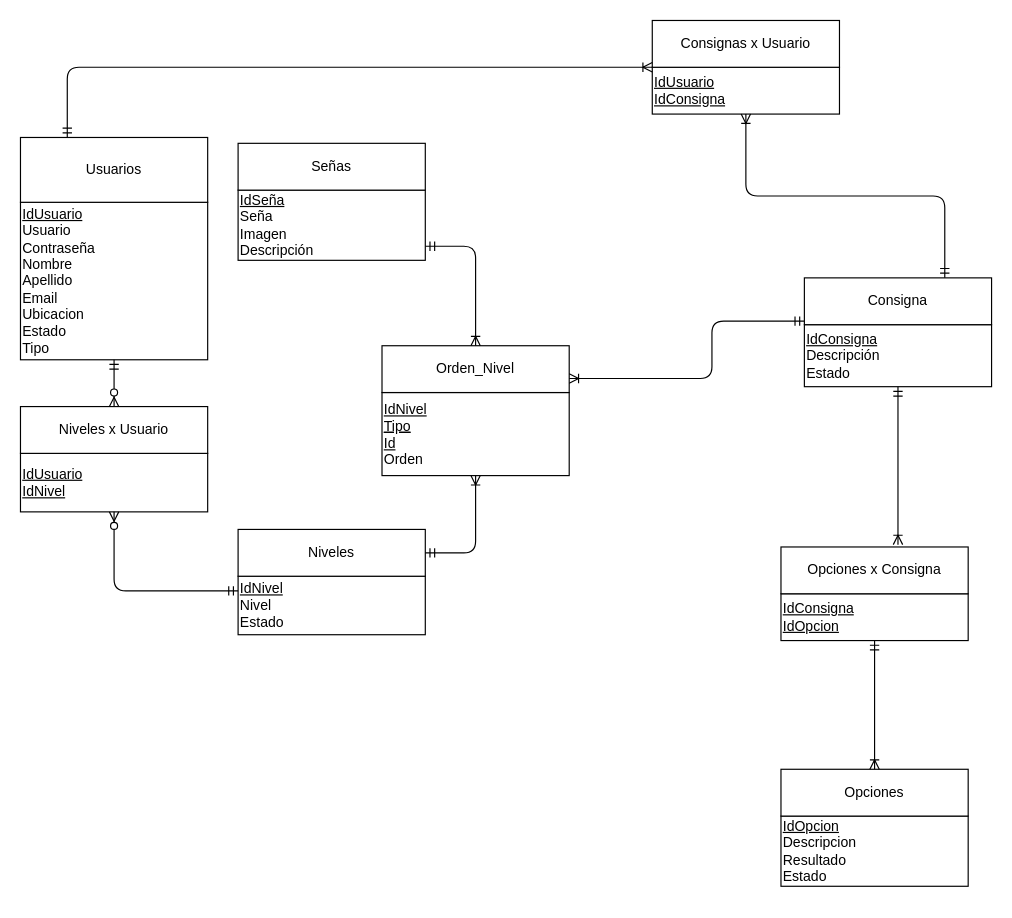
AxelNegro/PA2_Grupo1 keeps this draw.io diagram as Documentación/DER.drawio. Above is the earlier version. Source tidied: cells renumbered, new cells numbered last; positions are measured from the earlier drawing's top-left corner, leaving out a move shared by most shapes. Both pictures are drawn from the tidied source at 117%, with x=0, y=0 at pixel (20, 20).
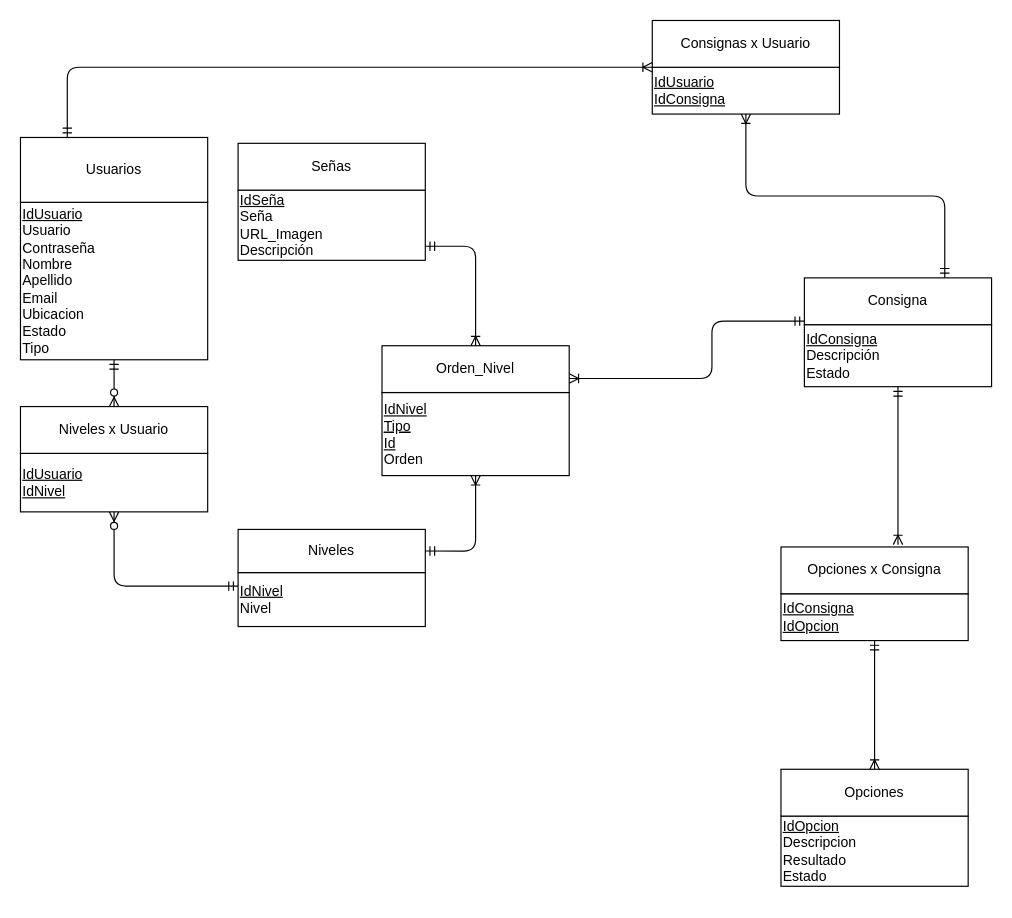
The same diagram, later.

Commit message (it also covers changes not shown here):
Ultima corrección lo juro

The change refers to these unchanged cells:
```xml
<mxCell id="14" style="group;" parent="1" vertex="1">
  <mxGeometry x="186" y="105" width="160" height="100" as="geometry" />
</mxCell>
```

What changed in the source:
```diff
@@
     <mxCell id="11" style="group;" parent="1" vertex="1">
-      <mxGeometry x="186" y="435" width="160" height="90" as="geometry" />
+      <mxGeometry x="186" y="435" width="160" height="83" as="geometry" />
     </mxCell>
-    <mxCell id="12" value="&lt;div&gt;&lt;u&gt;IdNivel&lt;/u&gt;&lt;/div&gt;&lt;div&gt;Nivel&lt;/div&gt;&lt;div&gt;Estado&lt;br&gt;&lt;u&gt;&lt;/u&gt;&lt;/div&gt;" style="rounded=0;whiteSpace=wrap;html=1;align=left;" parent="11" vertex="1">
-      <mxGeometry y="40" width="160" height="50" as="geometry" />
+    <mxCell id="12" value="&lt;div&gt;&lt;u&gt;IdNivel&lt;/u&gt;&lt;/div&gt;&lt;div&gt;Nivel&lt;/div&gt;" style="rounded=0;whiteSpace=wrap;html=1;align=left;" parent="11" vertex="1">
+      <mxGeometry y="36.9" width="160" height="46.1" as="geometry" />
     </mxCell>
     <mxCell id="13" value="Niveles" style="rounded=0;whiteSpace=wrap;html=1;" parent="11" vertex="1">
-      <mxGeometry width="160" height="40" as="geometry" />
+      <mxGeometry width="160" height="36.9" as="geometry" />
     </mxCell>
@@
-    <mxCell id="15" value="&lt;div&gt;&lt;u&gt;IdSeña&lt;/u&gt;&lt;/div&gt;&lt;div&gt;Seña&lt;/div&gt;&lt;div&gt;Imagen&lt;br&gt;&lt;/div&gt;&lt;div&gt;Descripción&lt;/div&gt;" style="rounded=0;whiteSpace=wrap;html=1;align=left;" parent="14" vertex="1">
+    <mxCell id="15" value="&lt;div&gt;&lt;u&gt;IdSeña&lt;/u&gt;&lt;/div&gt;&lt;div&gt;Seña&lt;/div&gt;&lt;div&gt;URL_Imagen&lt;br&gt;&lt;/div&gt;&lt;div&gt;Descripción&lt;/div&gt;" style="rounded=0;whiteSpace=wrap;html=1;align=left;" parent="14" vertex="1">
       <mxGeometry y="40" width="160" height="60" as="geometry" />
     </mxCell>
```
